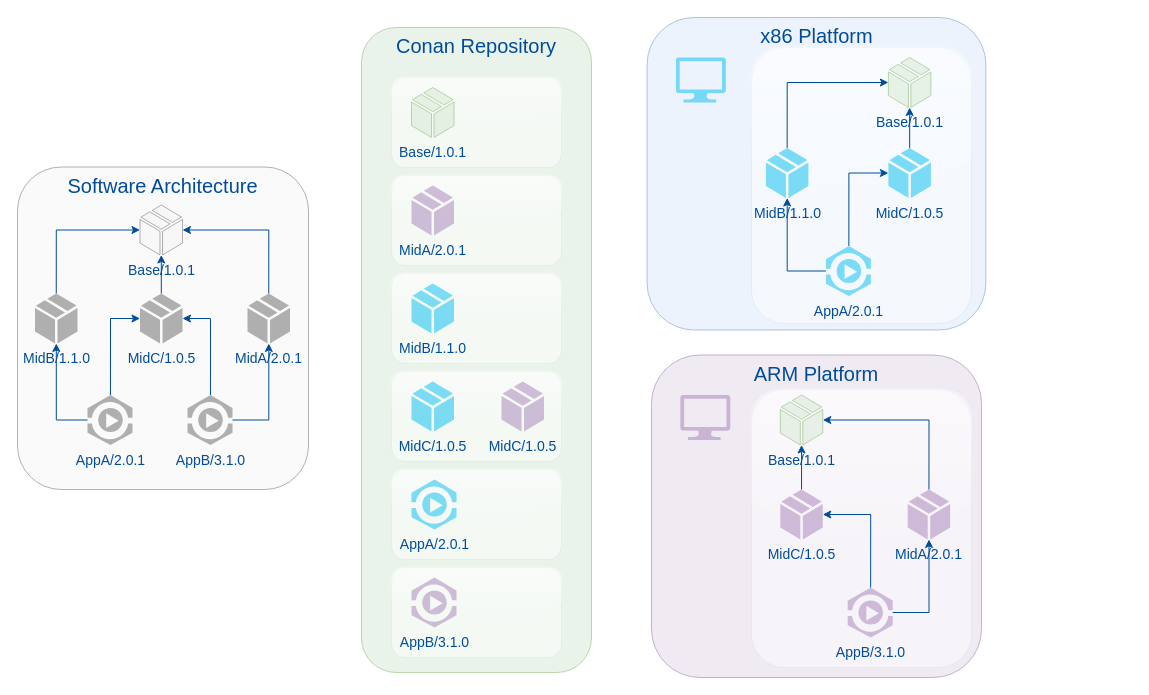
This is page "Page-2" (2 of 2) of ArgusCI.drawio from MengJie/design, a draw.io file, before an edit. Source tidied: cells renumbered, new cells numbered last; positions are measured from the earlier drawing's top-left corner, leaving out a move shared by most shapes. Both pictures are drawn from the tidied source at 100%, with x=0, y=0 at pixel (17, 17). Pictures stored in the file or linked from it are replaced by grey dashed boxes.
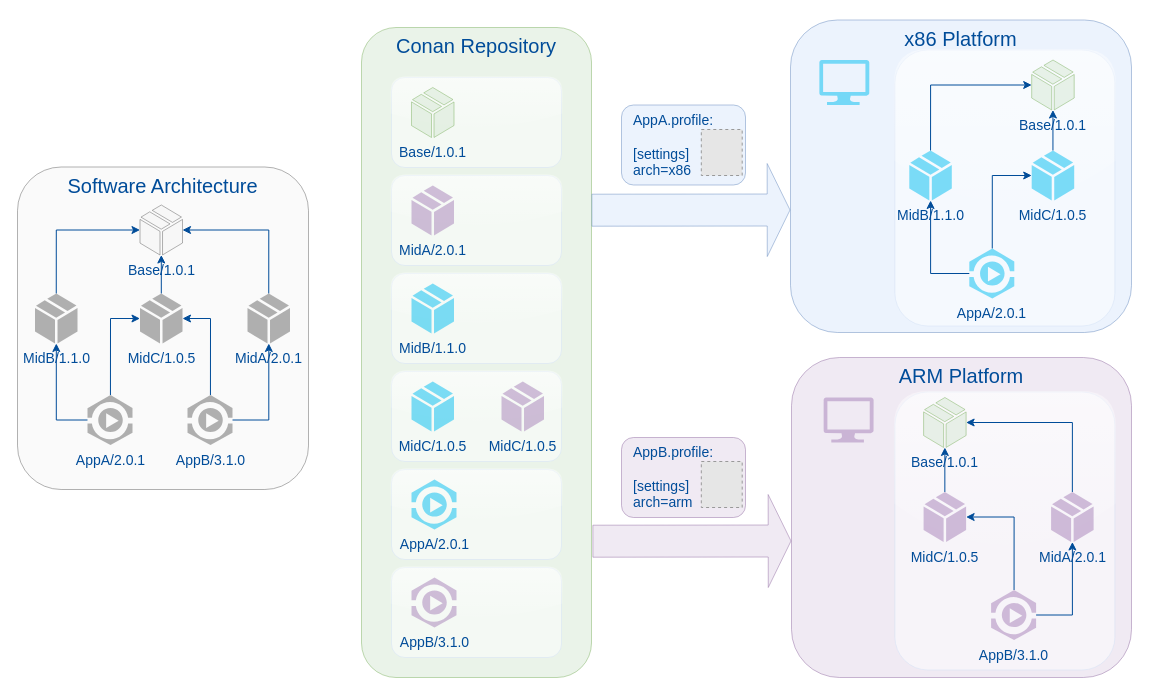
The same page after the edit.

The edit, as a diff of the source:
```diff
@@
+    <mxCell id="52" value="AppB.profile:&lt;br&gt;&lt;br&gt;[settings]&lt;br&gt;arch=arm" style="rounded=1;whiteSpace=wrap;html=1;shadow=0;glass=0;labelBackgroundColor=none;sketch=0;fontFamily=Helvetica;fontSize=14;strokeColor=#9673a6;strokeWidth=1;fillColor=#e1d5e7;opacity=50;align=left;verticalAlign=top;spacingLeft=10;fontColor=#004C99;" parent="1" vertex="1">
+      <mxGeometry x="604" y="420" width="124" height="80" as="geometry" />
+    </mxCell>
+    <mxCell id="53" value="AppA.profile:&lt;br&gt;&lt;br&gt;[settings]&lt;br&gt;arch=x86" style="rounded=1;whiteSpace=wrap;html=1;shadow=0;glass=0;labelBackgroundColor=none;sketch=0;fontFamily=Helvetica;fontSize=14;strokeColor=#6c8ebf;strokeWidth=1;fillColor=#dae8fc;opacity=50;align=left;verticalAlign=top;fontColor=#004C99;spacingLeft=10;" parent="1" vertex="1">
+      <mxGeometry x="604" y="87.5" width="124" height="80" as="geometry" />
+    </mxCell>
+    <mxCell id="54" style="fillColor=#E6E6E6;strokeColor=#999999;dashed=1;verticalLabelPosition=bottom;labelBackgroundColor=#ffffff;verticalAlign=top;fontFamily=Helvetica;fontSize=14;fontColor=#004C99;" parent="1" vertex="1">
+      <mxGeometry x="683.8" y="112" width="40.9" height="46" as="geometry" />
+    </mxCell>
     <mxCell id="2" value="&lt;font style=&quot;font-size: 20px;&quot; color=&quot;#004c99&quot;&gt;x86 Platform&lt;/font&gt;" style="rounded=1;whiteSpace=wrap;html=1;fontFamily=Helvetica;fontSize=14;strokeColor=#6c8ebf;strokeWidth=1;fillColor=#dae8fc;opacity=50;verticalAlign=top;shadow=0;" parent="1" vertex="1">
-      <mxGeometry x="629.6" width="338.8" height="312.5" as="geometry" />
+      <mxGeometry x="773" y="2.5" width="341" height="312.5" as="geometry" />
     </mxCell>
     <mxCell id="3" style="rounded=1;whiteSpace=wrap;html=1;fontFamily=Helvetica;fontSize=20;strokeWidth=1;opacity=50;strokeColor=#D4E1F5;shadow=0;glass=1;" parent="1" vertex="1">
-      <mxGeometry x="734" y="30" width="220" height="276" as="geometry" />
+      <mxGeometry x="877.4" y="32.5" width="220" height="276" as="geometry" />
     </mxCell>
     <mxCell id="4" value="&lt;font style=&quot;font-size: 20px;&quot; color=&quot;#004c99&quot;&gt;ARM Platform&lt;/font&gt;" style="rounded=1;whiteSpace=wrap;html=1;fontFamily=Helvetica;fontSize=14;strokeColor=#9673a6;strokeWidth=1;fillColor=#e1d5e7;opacity=50;verticalAlign=top;shadow=0;" parent="1" vertex="1">
-      <mxGeometry x="634" y="337.5" width="330" height="322.5" as="geometry" />
+      <mxGeometry x="774" y="340" width="340" height="320" as="geometry" />
     </mxCell>
     <mxCell id="5" style="rounded=1;whiteSpace=wrap;html=1;fontFamily=Helvetica;fontSize=20;strokeWidth=1;opacity=50;strokeColor=#D4E1F5;shadow=0;glass=1;sketch=0;" parent="1" vertex="1">
-      <mxGeometry x="734" y="372" width="220" height="278" as="geometry" />
+      <mxGeometry x="877.4" y="374.5" width="220" height="278" as="geometry" />
     </mxCell>
@@
     <mxCell id="7" value="&lt;font style=&quot;font-size: 20px;&quot; color=&quot;#004c99&quot;&gt;Conan Repository&lt;/font&gt;" style="rounded=1;whiteSpace=wrap;html=1;fontFamily=Helvetica;fontSize=14;strokeColor=#82b366;strokeWidth=1;fillColor=#d5e8d4;opacity=50;verticalAlign=top;shadow=0;sketch=0;" parent="1" vertex="1">
-      <mxGeometry x="344" y="10" width="230" height="645" as="geometry" />
+      <mxGeometry x="344" y="10" width="230" height="650" as="geometry" />
     </mxCell>
@@
     <mxCell id="14" style="verticalLabelPosition=bottom;html=1;verticalAlign=top;align=center;strokeColor=none;fillColor=#00BEF2;shape=mxgraph.azure.computer;rounded=1;fontSize=14;fontColor=#004C99;opacity=50;" parent="1" vertex="1">
-      <mxGeometry x="658.4" y="40" width="50" height="45" as="geometry" />
+      <mxGeometry x="801.8" y="42.5" width="50" height="45" as="geometry" />
     </mxCell>
     <mxCell id="15" style="verticalLabelPosition=bottom;html=1;verticalAlign=top;align=center;strokeColor=none;fillColor=#A680B8;shape=mxgraph.azure.computer;rounded=1;fontSize=14;fontColor=#004C99;opacity=50;" parent="1" vertex="1">
-      <mxGeometry x="662.8" y="377.5" width="50" height="45" as="geometry" />
+      <mxGeometry x="806.1" y="380" width="50" height="45" as="geometry" />
     </mxCell>
@@
     <mxCell id="29" value="&lt;font color=&quot;#004c99&quot;&gt;Base/1.0.1&lt;/font&gt;" style="verticalLabelPosition=bottom;html=1;verticalAlign=top;align=center;strokeColor=#82b366;fillColor=#d5e8d4;shape=mxgraph.azure.cloud_service_package_file;rounded=1;fontSize=14;opacity=50;" parent="1" vertex="1">
-      <mxGeometry x="870.9" y="40" width="42.5" height="50" as="geometry" />
+      <mxGeometry x="1014.2" y="42.5" width="42.5" height="50" as="geometry" />
     </mxCell>
@@
     <mxCell id="31" value="MidB/1.1.0" style="verticalLabelPosition=bottom;html=1;verticalAlign=top;align=center;strokeColor=none;fillColor=#00BEF2;shape=mxgraph.azure.cloud_service_package_file;rounded=1;fontSize=14;fontColor=#004C99;opacity=50;" parent="1" vertex="1">
-      <mxGeometry x="748.4" y="130.5" width="42.5" height="50" as="geometry" />
+      <mxGeometry x="891.8" y="133" width="42.5" height="50" as="geometry" />
     </mxCell>
@@
     <mxCell id="33" value="MidC/1.0.5" style="verticalLabelPosition=bottom;html=1;verticalAlign=top;align=center;strokeColor=none;fillColor=#00BEF2;shape=mxgraph.azure.cloud_service_package_file;rounded=1;fontFamily=Helvetica;fontSize=14;fontColor=#004C99;opacity=50;" parent="1" vertex="1">
-      <mxGeometry x="870.9" y="130.5" width="42.5" height="50" as="geometry" />
+      <mxGeometry x="1014.2" y="133" width="42.5" height="50" as="geometry" />
     </mxCell>
@@
     <mxCell id="36" value="AppA/2.0.1" style="verticalLabelPosition=bottom;html=1;verticalAlign=top;align=center;strokeColor=none;fillColor=#00BEF2;shape=mxgraph.azure.media_service;rounded=1;fontFamily=Helvetica;fontSize=14;fontColor=#004C99;opacity=50;" parent="1" vertex="1">
-      <mxGeometry x="808.4" y="228.5" width="45" height="50" as="geometry" />
+      <mxGeometry x="951.8" y="231" width="45" height="50" as="geometry" />
     </mxCell>
     <mxCell id="37" value="&lt;font color=&quot;#004c99&quot;&gt;Base/1.0.1&lt;/font&gt;" style="verticalLabelPosition=bottom;html=1;verticalAlign=top;align=center;strokeColor=#82b366;fillColor=#d5e8d4;shape=mxgraph.azure.cloud_service_package_file;rounded=1;fontSize=14;opacity=50;" parent="1" vertex="1">
-      <mxGeometry x="762.8" y="377.5" width="42.5" height="50" as="geometry" />
+      <mxGeometry x="906.1" y="380" width="42.5" height="50" as="geometry" />
     </mxCell>
@@
     <mxCell id="39" value="MidA/2.0.1" style="verticalLabelPosition=bottom;html=1;verticalAlign=top;align=center;strokeColor=none;fillColor=#A680B8;shape=mxgraph.azure.cloud_service_package_file;rounded=1;fontSize=14;fontColor=#004C99;opacity=50;" parent="1" vertex="1">
-      <mxGeometry x="890.2" y="472" width="42.5" height="50" as="geometry" />
+      <mxGeometry x="1033.6" y="474.5" width="42.5" height="50" as="geometry" />
     </mxCell>
@@
     <mxCell id="41" value="MidC/1.0.5" style="verticalLabelPosition=bottom;html=1;verticalAlign=top;align=center;strokeColor=none;fillColor=#A680B8;shape=mxgraph.azure.cloud_service_package_file;rounded=1;fontFamily=Helvetica;fontSize=14;fontColor=#004C99;opacity=50;" parent="1" vertex="1">
-      <mxGeometry x="762.8" y="472" width="42.5" height="50" as="geometry" />
+      <mxGeometry x="906.1" y="474.5" width="42.5" height="50" as="geometry" />
     </mxCell>
@@
     <mxCell id="44" value="AppB/3.1.0" style="verticalLabelPosition=bottom;html=1;verticalAlign=top;align=center;strokeColor=none;fillColor=#A680B8;shape=mxgraph.azure.media_service;rounded=1;fontFamily=Helvetica;fontSize=14;fontColor=#004C99;opacity=50;" parent="1" vertex="1">
-      <mxGeometry x="830.2" y="570" width="45" height="50" as="geometry" />
+      <mxGeometry x="973.6" y="572.5" width="45" height="50" as="geometry" />
     </mxCell>
@@
+    <mxCell id="55" style="shape=flexArrow;endArrow=classic;html=1;rounded=0;labelBackgroundColor=default;fontFamily=Helvetica;fontSize=14;fontColor=#004C99;strokeColor=#9673a6;entryX=-0.001;entryY=0.787;entryDx=0;entryDy=0;exitX=0.998;exitY=0.37;exitDx=0;exitDy=0;fillColor=#e1d5e7;opacity=50;endWidth=60;endSize=7.26;width=32;exitPerimeter=0;entryPerimeter=0;" parent="1" edge="1">
+      <mxGeometry relative="1" as="geometry">
+        <mxPoint x="574.9" y="523.7" as="sourcePoint" />
+        <mxPoint x="774" y="523.5" as="targetPoint" />
+      </mxGeometry>
+    </mxCell>
+    <mxCell id="56" style="fillColor=#E6E6E6;strokeColor=#999999;dashed=1;verticalLabelPosition=bottom;labelBackgroundColor=#ffffff;verticalAlign=top;fontFamily=Helvetica;fontSize=14;fontColor=#004C99;" parent="1" vertex="1">
+      <mxGeometry x="683.8" y="444" width="40.9" height="46" as="geometry" />
+    </mxCell>
+    <mxCell id="57" style="shape=flexArrow;endArrow=classic;html=1;rounded=0;labelBackgroundColor=default;fontFamily=Helvetica;fontSize=14;fontColor=#004C99;strokeColor=#6c8ebf;entryX=-0.001;entryY=0.787;entryDx=0;entryDy=0;exitX=0.998;exitY=0.37;exitDx=0;exitDy=0;fillColor=#dae8fc;opacity=50;endWidth=60;endSize=7.26;width=32;exitPerimeter=0;entryPerimeter=0;" parent="1" edge="1">
+      <mxGeometry relative="1" as="geometry">
+        <mxPoint x="573.9" y="192.7" as="sourcePoint" />
+        <mxPoint x="773" y="192.5" as="targetPoint" />
+      </mxGeometry>
+    </mxCell>
```
